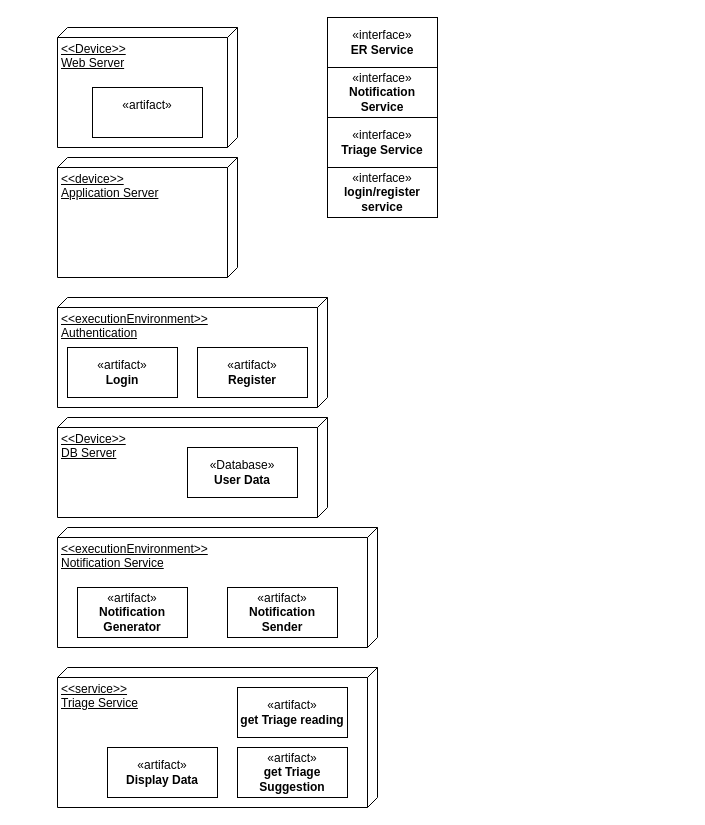
The draw.io diagram Usecases/UI_deployment.drawio in uvic-teach/project-m1-team8, before the edit. Source tidied: cells renumbered, new cells numbered last; positions are measured from the earlier drawing's top-left corner, leaving out a move shared by most shapes. Both pictures are drawn from the tidied source at 100%, with x=0, y=0 at pixel (57, 17).
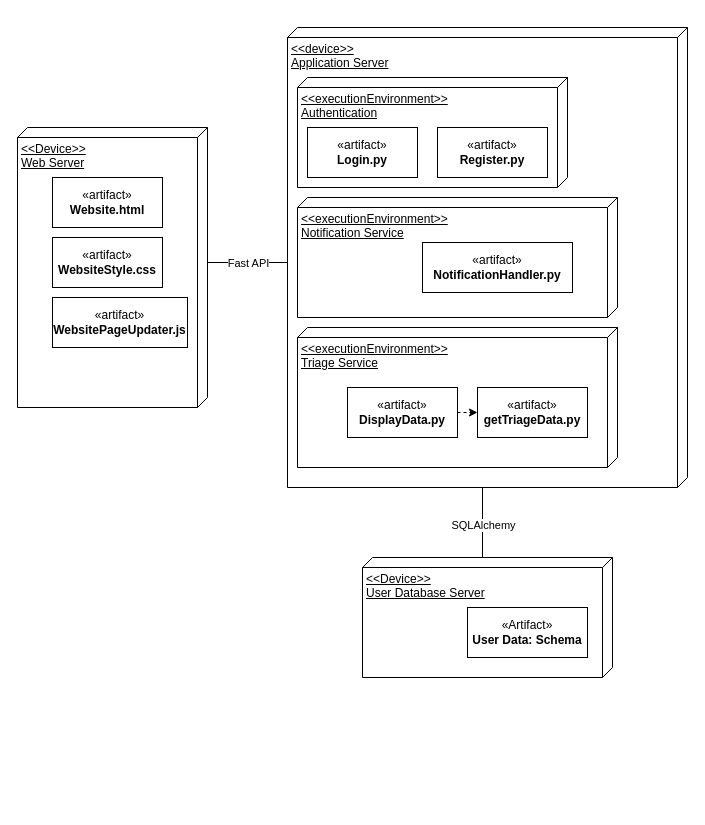
The same diagram, later.

Commit message:
Completed first draft UI_deployment.drawio

Change to the diagram source:
```diff
@@
-    <mxCell id="2" value="&lt;div&gt;&amp;lt;&amp;lt;service&amp;gt;&amp;gt;&lt;/div&gt;&lt;div&gt;Triage Service&lt;br&gt;&lt;/div&gt;" style="verticalAlign=top;align=left;spacingTop=8;spacingLeft=2;spacingRight=12;shape=cube;size=10;direction=south;fontStyle=4;html=1;whiteSpace=wrap;" parent="1" vertex="1">
-      <mxGeometry y="650" width="320" height="140" as="geometry" />
-    </mxCell>
-    <mxCell id="3" style="group;" parent="1" vertex="1">
-      <mxGeometry y="400" width="270" height="100" as="geometry" />
-    </mxCell>
-    <mxCell id="4" value="&lt;div&gt;&amp;lt;&amp;lt;Device&amp;gt;&amp;gt;&lt;/div&gt;&lt;div&gt;DB Server&lt;br&gt;&lt;/div&gt;" style="verticalAlign=top;align=left;spacingTop=8;spacingLeft=2;spacingRight=12;shape=cube;size=10;direction=south;fontStyle=4;html=1;whiteSpace=wrap;" parent="3" vertex="1">
-      <mxGeometry width="270" height="100" as="geometry" />
-    </mxCell>
-    <mxCell id="5" value="&lt;div&gt;«Database»&lt;b&gt;&lt;br&gt;&lt;/b&gt;&lt;/div&gt;&lt;div&gt;&lt;b&gt;User Data&lt;br&gt;&lt;/b&gt;&lt;/div&gt;" style="html=1;whiteSpace=wrap;" parent="3" vertex="1">
-      <mxGeometry x="130" y="30" width="110" height="50" as="geometry" />
-    </mxCell>
-    <mxCell id="6" style="group;" parent="1" vertex="1">
-      <mxGeometry y="10" width="180" height="120" as="geometry" />
-    </mxCell>
-    <mxCell id="7" value="&lt;div&gt;&amp;lt;&amp;lt;Device&amp;gt;&amp;gt;&lt;/div&gt;&lt;div&gt;Web Server&lt;br&gt;&lt;/div&gt;" style="verticalAlign=top;align=left;spacingTop=8;spacingLeft=2;spacingRight=12;shape=cube;size=10;direction=south;fontStyle=4;html=1;whiteSpace=wrap;" parent="6" vertex="1">
-      <mxGeometry width="180" height="120" as="geometry" />
-    </mxCell>
-    <mxCell id="8" value="«artifact»&lt;br&gt;&lt;b&gt;&lt;br&gt;&lt;/b&gt;" style="html=1;whiteSpace=wrap;" parent="6" vertex="1">
-      <mxGeometry x="35" y="60" width="110" height="50" as="geometry" />
-    </mxCell>
     <mxCell id="9" value="&lt;div&gt;&amp;lt;&amp;lt;device&amp;gt;&amp;gt;&lt;/div&gt;&lt;div&gt;Application Server&lt;/div&gt;&lt;div&gt;&lt;br&gt;&lt;/div&gt;" style="verticalAlign=top;align=left;spacingTop=8;spacingLeft=2;spacingRight=12;shape=cube;size=10;direction=south;fontStyle=4;html=1;whiteSpace=wrap;" parent="1" vertex="1">
-      <mxGeometry y="140" width="180" height="120" as="geometry" />
+      <mxGeometry x="230" y="10" width="400" height="460" as="geometry" />
     </mxCell>
-    <mxCell id="10" value="«interface»&lt;br&gt;&lt;b&gt;ER Service&lt;/b&gt;" style="html=1;whiteSpace=wrap;" parent="1" vertex="1">
-      <mxGeometry x="270" width="110" height="50" as="geometry" />
-    </mxCell>
-    <mxCell id="11" value="«interface»&lt;br&gt;&lt;b&gt;Notification Service&lt;/b&gt;" style="html=1;whiteSpace=wrap;" parent="1" vertex="1">
-      <mxGeometry x="270" y="50" width="110" height="50" as="geometry" />
-    </mxCell>
-    <mxCell id="12" value="«interface»&lt;br&gt;&lt;b&gt;Triage Service&lt;/b&gt;" style="html=1;whiteSpace=wrap;" parent="1" vertex="1">
-      <mxGeometry x="270" y="100" width="110" height="50" as="geometry" />
-    </mxCell>
-    <mxCell id="13" value="«interface»&lt;br&gt;&lt;b&gt;login/register service&lt;/b&gt;" style="html=1;whiteSpace=wrap;" parent="1" vertex="1">
-      <mxGeometry x="270" y="150" width="110" height="50" as="geometry" />
-    </mxCell>
     <mxCell id="14" value="&lt;div&gt;&amp;lt;&amp;lt;executionEnvironment&amp;gt;&amp;gt;&lt;/div&gt;&lt;div&gt;Authentication&lt;/div&gt;" style="verticalAlign=top;align=left;spacingTop=8;spacingLeft=2;spacingRight=12;shape=cube;size=10;direction=south;fontStyle=4;html=1;whiteSpace=wrap;" parent="1" vertex="1">
-      <mxGeometry y="280" width="270" height="110" as="geometry" />
+      <mxGeometry x="240" y="60" width="270" height="110" as="geometry" />
     </mxCell>
-    <mxCell id="15" value="«artifact»&lt;br&gt;&lt;b&gt;Login&lt;br&gt;&lt;/b&gt;" style="html=1;whiteSpace=wrap;" parent="1" vertex="1">
-      <mxGeometry x="10" y="330" width="110" height="50" as="geometry" />
+    <mxCell id="15" value="«artifact»&lt;br&gt;&lt;b&gt;Login.py&lt;br&gt;&lt;/b&gt;" style="html=1;whiteSpace=wrap;" parent="1" vertex="1">
+      <mxGeometry x="250" y="110" width="110" height="50" as="geometry" />
     </mxCell>
-    <mxCell id="16" value="«artifact»&lt;br&gt;&lt;b&gt;Register&lt;/b&gt;" style="html=1;whiteSpace=wrap;" parent="1" vertex="1">
-      <mxGeometry x="140" y="330" width="110" height="50" as="geometry" />
+    <mxCell id="16" value="«artifact»&lt;br&gt;&lt;b&gt;Register.py&lt;/b&gt;" style="html=1;whiteSpace=wrap;" parent="1" vertex="1">
+      <mxGeometry x="380" y="110" width="110" height="50" as="geometry" />
     </mxCell>
     <mxCell id="17" value="&lt;div&gt;&amp;lt;&amp;lt;executionEnvironment&amp;gt;&amp;gt;&lt;/div&gt;&lt;div&gt;Notification Service&lt;br&gt;&lt;/div&gt;" style="verticalAlign=top;align=left;spacingTop=8;spacingLeft=2;spacingRight=12;shape=cube;size=10;direction=south;fontStyle=4;html=1;whiteSpace=wrap;" parent="1" vertex="1">
-      <mxGeometry y="510" width="320" height="120" as="geometry" />
+      <mxGeometry x="240" y="180" width="320" height="120" as="geometry" />
     </mxCell>
-    <mxCell id="18" value="«artifact»&lt;br&gt;&lt;b&gt;Notification Generator&lt;/b&gt;" style="html=1;whiteSpace=wrap;" parent="1" vertex="1">
-      <mxGeometry x="20" y="570" width="110" height="50" as="geometry" />
+    <mxCell id="18" value="«artifact»&lt;br&gt;&lt;b&gt;NotificationHandler.py&lt;/b&gt;" style="html=1;whiteSpace=wrap;" parent="1" vertex="1">
+      <mxGeometry x="365" y="225" width="150" height="50" as="geometry" />
     </mxCell>
-    <mxCell id="19" value="«artifact» &lt;b&gt;Notification Sender&lt;/b&gt;&lt;br&gt;&lt;b&gt;&lt;/b&gt;" style="html=1;whiteSpace=wrap;" parent="1" vertex="1">
-      <mxGeometry x="170" y="570" width="110" height="50" as="geometry" />
-    </mxCell>
-    <mxCell id="20" value="«artifact»&lt;br&gt;&lt;b&gt;get Triage reading&lt;/b&gt;" style="html=1;whiteSpace=wrap;" parent="1" vertex="1">
-      <mxGeometry x="180" y="670" width="110" height="50" as="geometry" />
-    </mxCell>
+    <mxCell id="4" value="&lt;div&gt;&amp;lt;&amp;lt;Device&amp;gt;&amp;gt;&lt;/div&gt;&lt;div&gt;User Database Server&lt;br&gt;&lt;/div&gt;" style="verticalAlign=top;align=left;spacingTop=8;spacingLeft=2;spacingRight=12;shape=cube;size=10;direction=south;fontStyle=4;html=1;whiteSpace=wrap;" parent="1" vertex="1">
+      <mxGeometry x="305" y="540" width="250" height="120" as="geometry" />
+    </mxCell>
+    <mxCell id="5" value="&lt;div&gt;«Artifact»&lt;b&gt;&lt;br&gt;&lt;/b&gt;&lt;/div&gt;&lt;div&gt;&lt;b&gt;User Data: Schema&lt;br&gt;&lt;/b&gt;&lt;/div&gt;" style="html=1;whiteSpace=wrap;" parent="1" vertex="1">
+      <mxGeometry x="410" y="590" width="120" height="50" as="geometry" />
+    </mxCell>
+    <mxCell id="2" value="&lt;div&gt;&amp;lt;&amp;lt;executionEnvironment&amp;gt;&amp;gt;&lt;/div&gt;&lt;div&gt;Triage Service&lt;br&gt;&lt;/div&gt;" style="verticalAlign=top;align=left;spacingTop=8;spacingLeft=2;spacingRight=12;shape=cube;size=10;direction=south;fontStyle=4;html=1;whiteSpace=wrap;" parent="1" vertex="1">
+      <mxGeometry x="240" y="310" width="320" height="140" as="geometry" />
+    </mxCell>
-    <mxCell id="21" value="«artifact»&lt;br&gt;&lt;b&gt;get Triage Suggestion&lt;/b&gt;" style="html=1;whiteSpace=wrap;" parent="1" vertex="1">
-      <mxGeometry x="180" y="730" width="110" height="50" as="geometry" />
+    <mxCell id="21" value="«artifact»&lt;br&gt;&lt;b&gt;getTriageData.py&lt;/b&gt;" style="html=1;whiteSpace=wrap;" parent="1" vertex="1">
+      <mxGeometry x="420" y="370" width="110" height="50" as="geometry" />
     </mxCell>
-    <mxCell id="22" value="«artifact»&lt;br&gt;&lt;b&gt;Display Data&lt;/b&gt;" style="html=1;whiteSpace=wrap;" parent="1" vertex="1">
-      <mxGeometry x="50" y="730" width="110" height="50" as="geometry" />
+    <mxCell id="22" value="«artifact»&lt;br&gt;&lt;b&gt;DisplayData.py&lt;/b&gt;" style="html=1;whiteSpace=wrap;" parent="1" vertex="1">
+      <mxGeometry x="290" y="370" width="110" height="50" as="geometry" />
     </mxCell>
+    <mxCell id="23" style="endArrow=none;html=1;rounded=0;exitX=0;exitY=0;exitDx=135;exitDy=0;exitPerimeter=0;entryX=0;entryY=0;entryDx=235;entryDy=400;entryPerimeter=0;" parent="1" edge="1" source="7" target="9">
+      <mxGeometry relative="1" as="geometry" />
+    </mxCell>
+    <mxCell id="24" value="Fast API" style="edgeLabel;html=1;align=center;verticalAlign=middle;" parent="23" vertex="1">
+      <mxGeometry x="-0.28" y="2" relative="1" as="geometry">
+        <mxPoint x="11" y="2" as="offset" />
+      </mxGeometry>
+    </mxCell>
+    <mxCell id="7" value="&lt;div&gt;&amp;lt;&amp;lt;Device&amp;gt;&amp;gt;&lt;/div&gt;&lt;div&gt;Web Server&lt;br&gt;&lt;/div&gt;" style="verticalAlign=top;align=left;spacingTop=8;spacingLeft=2;spacingRight=12;shape=cube;size=10;direction=south;fontStyle=4;html=1;whiteSpace=wrap;" parent="1" vertex="1">
+      <mxGeometry x="-40" y="110" width="190" height="280" as="geometry" />
+    </mxCell>
+    <mxCell id="8" value="«artifact»&lt;br&gt;&lt;b&gt;Website.html&lt;br&gt;&lt;/b&gt;" style="html=1;whiteSpace=wrap;" parent="1" vertex="1">
+      <mxGeometry x="-5" y="160" width="110" height="50" as="geometry" />
+    </mxCell>
+    <mxCell id="25" value="«artifact»&lt;br&gt;&lt;b&gt;WebsiteStyle.css&lt;br&gt;&lt;/b&gt;" style="html=1;whiteSpace=wrap;" parent="1" vertex="1">
+      <mxGeometry x="-5" y="220" width="110" height="50" as="geometry" />
+    </mxCell>
+    <mxCell id="26" value="«artifact»&lt;br&gt;&lt;b&gt;WebsitePageUpdater.js&lt;br&gt;&lt;/b&gt;" style="html=1;whiteSpace=wrap;" parent="1" vertex="1">
+      <mxGeometry x="-5" y="280" width="135" height="50" as="geometry" />
+    </mxCell>
+    <mxCell id="27" style="endArrow=none;html=1;rounded=0;exitX=0;exitY=0;exitDx=0;exitDy=130;exitPerimeter=0;entryX=0;entryY=0;entryDx=460;entryDy=205;entryPerimeter=0;" parent="1" edge="1" source="4" target="9">
+      <mxGeometry relative="1" as="geometry" />
+    </mxCell>
+    <mxCell id="28" value="SQLAlchemy" style="edgeLabel;html=1;align=center;verticalAlign=middle;" parent="27" vertex="1">
+      <mxGeometry x="-0.05" relative="1" as="geometry" />
+    </mxCell>
+    <mxCell id="29" style="endArrow=classic;html=1;rounded=0;entryX=0;entryY=0.5;entryDx=0;entryDy=0;exitX=1;exitY=0.5;exitDx=0;exitDy=0;dashed=1;" parent="1" edge="1" source="22" target="21">
+      <mxGeometry relative="1" as="geometry" />
+    </mxCell>
```
